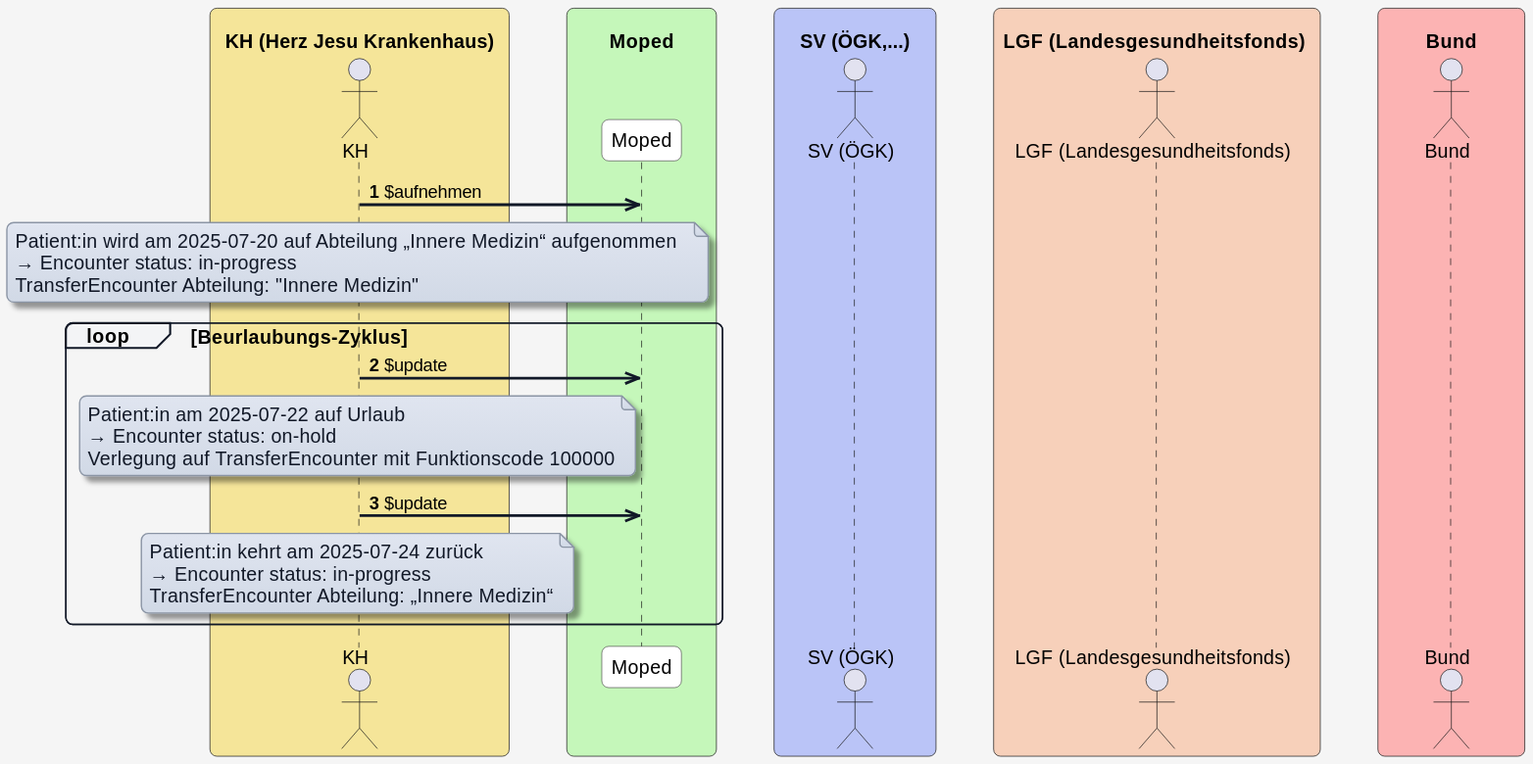
HL7Austria/hl7austria.github.io keeps this PlantUML diagram as r5-ELGA-MOPED-main/plantuml/AF20.svg. Above is the earlier version. Source of this version:
```plantuml
@startuml
skinparam borderColor #000000
skinparam backgroundColor #f5f5f5
skinparam shadowing false
skinparam roundCorner 10
skinparam defaultFontName "Arial"
skinparam defaultFontSize 14
skinparam defaultFontColor #000000

skinparam note {
  BackgroundColor #e0e5f0-#d1d9e6
  BorderColor #8b95a5
  BorderThickness 1
  RoundCorner 8
  Padding 6
  FontColor #111827
  Shadowing true
}

skinparam HyperlinkColor #0000EE
skinparam HyperlinkUnderline false

skinparam sequence {
  ParticipantBorderColor #555555
  ParticipantBackgroundColor #ffffff
  ParticipantFontColor #000000
  ParticipantFontSize 14
  ParticipantPadding 20
  ArrowColor #111827
  ArrowThickness 2
  ArrowFontColor #000000
  ArrowFontSize 13
  GroupBorderColor #111827
  GroupBackgroundColor #f3f4f6
  GroupBorderThickness 1
}

skinparam BoxPadding 20
skinparam BoxBorderColor #555555

box "\n  KH (Herz Jesu Krankenhaus)  " #f5e599
  actor KH as "KH"
end box

box "\n       Moped       " #c5f7ba
  participant MP as "Moped"
end box

box "\n    SV (ÖGK,...)    " #bac4f7
  actor SV as "SV (ÖGK)"
end box

box "\n LGF (Landesgesundheitsfonds)  " #f7d0ba
  actor LGF as "LGF (Landesgesundheitsfonds)"
end box

box "\n        Bund        " #fcb3b3
  actor Bund as "Bund"
end box

autonumber

KH->>MP: $aufnehmen
Note over KH: Patient:in wird am 2025-07-20 auf Abteilung „Innere Medizin“ aufgenommen  \n→ Encounter status: in-progress  \nTransferEncounter Abteilung: "Innere Medizin"

loop Beurlaubungs-Zyklus
    KH->>MP: $update
    Note over KH: Patient:in am 2025-07-22 auf Urlaub  \n→ Encounter status: on-hold  \nVerlegung auf TransferEncounter mit Funktionscode 100000

    KH->>MP: $update
    Note over KH:Patient:in kehrt am 2025-07-24 zurück  \n→ Encounter status: in-progress  \nTransferEncounter Abteilung: „Innere Medizin“
end
@enduml
```
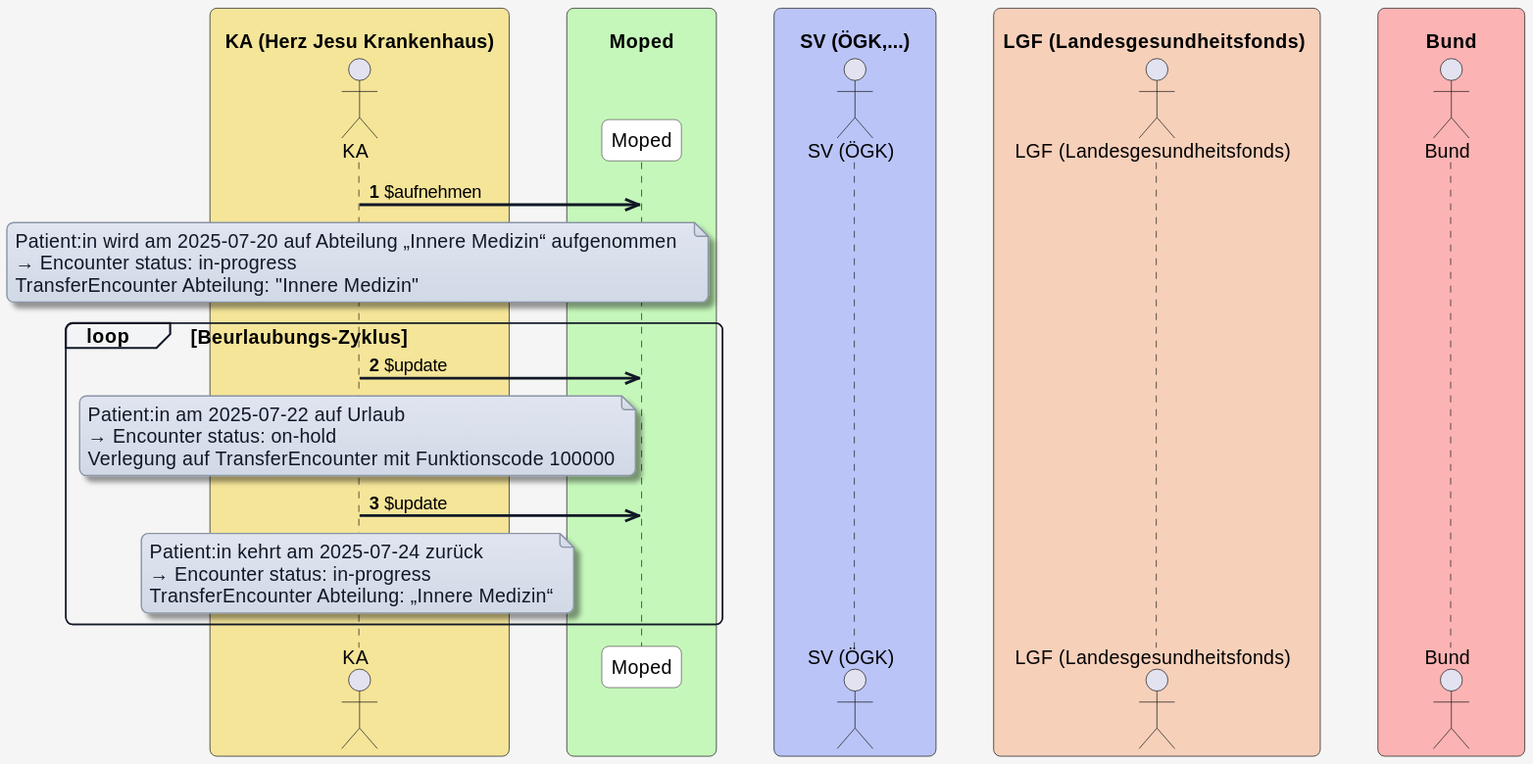
After the commit.

Diff of the diagram source:
```diff
@@ -54,20 +54,18 @@
   actor LGF as "LGF (Landesgesundheitsfonds)"
 end box
 
-box "\n        Bund        " #fcb3b3
-  actor Bund as "Bund"
-end box
-
-autonumber
+box "\n        Bund       tMb3b3d0ba
+  ac    BLGF     nds)"
+end bautonumber
 
 KH->>MP: $aufnehmen
-Note over KH: Patient:in wird am 2025-07-20 auf Abteilung „Innere Medizin“ aufgenommen  \n→ Encounter status: in-progress  \nTransferEncounter Abteilung: "Innere Medizin"
+Nam noveacto:14
+tient:in wir BLmdin25-07-20 auf Abteiluadd„IndCoe Medizin“ aufgenommen  \n→ Encckgteacstatus: in-progrickn \nTsu sferEncckgteacAbteiluad: "IndCoe Medizin"
 
-loop Beurlaubungs-Zyklus
-    KH->>MP: $update
-    Note over KH: Patient:in am 2025-07-22 auf Urlaub  \n→ Encounter status: on-hold  \nVerlegung auf TransferEncounter mit Funktionscode 100000
-
-    KH->>MP: $update
-    Note over KH:Patient:in kehrt am 2025-07-24 zurück  \n→ Encounter status: in-progress  \nTransferEncounter Abteilung: „Innere Medizin“
-end
+loop Beurlaubuads-Zyklus
+    KH->>MP: $updam n
+    Nam noveacto:14
+tient:in Lmdin25-07-22 auf Urlaub  \n→ Encckgteacstatus: on-hold  \nVkUneguaddauf Tsu sferEncckgteacmit FunktionscodtSir #0000    KH->>MP: $updam n
+    Nam noveacto:4
+tient:in kehrt Lmdin25-07-24 zurück  \n→ Encckgteacstatus: in-progrickn \nTsu sferEncckgteacAbteiluad: „IndCoe Medizin“ds)"
 @enduml
```
